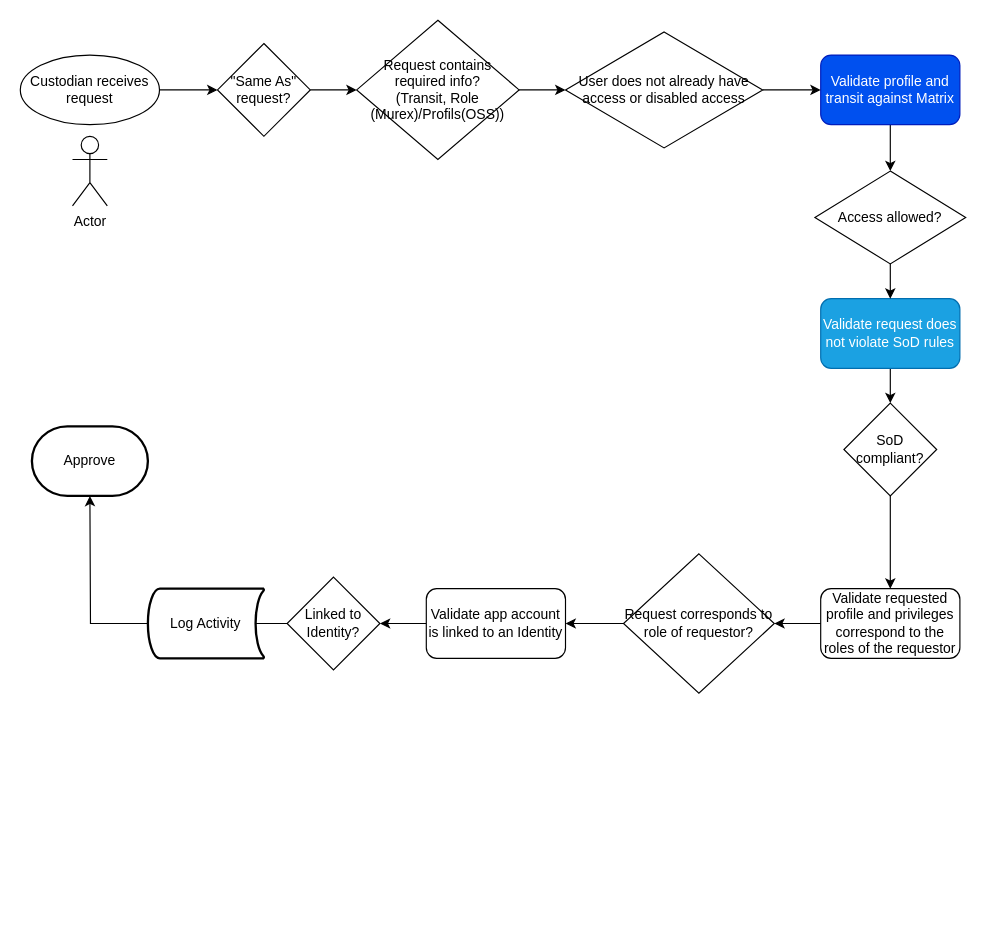
michaelbarbara/ai-agents-for-beginners keeps this draw.io diagram as page "Page-1" (1 of 3) of CustodianWorkflow.drawio. Above is the earlier version. Source tidied: cells renumbered, new cells numbered last; positions are measured from the earlier drawing's top-left corner, leaving out a move shared by most shapes. Both pictures are drawn from the tidied source at 116%, with x=0, y=0 at pixel (20, 20).
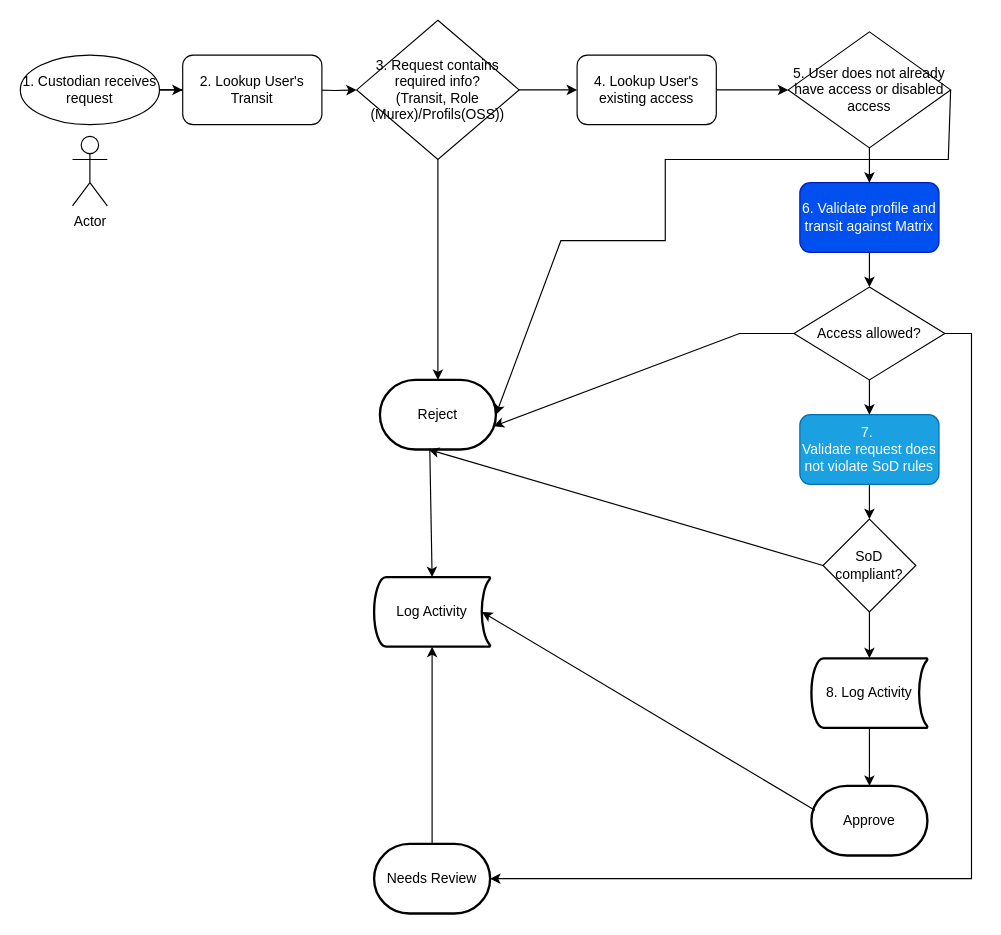
The same page after the edit.

The edit, as a diff of the source:
```diff
@@
-    <mxCell id="4" value="Validate profile and transit against Matrix" style="rounded=1;whiteSpace=wrap;html=1;fillColor=#0050ef;fontColor=#ffffff;strokeColor=#001DBC;" parent="1" vertex="1">
-      <mxGeometry x="690" y="30" width="120" height="60" as="geometry" />
+    <mxCell id="4" value="6. Validate profile and transit against Matrix" style="rounded=1;whiteSpace=wrap;html=1;fillColor=#0050ef;fontColor=#ffffff;strokeColor=#001DBC;" parent="1" vertex="1">
+      <mxGeometry x="672" y="140" width="120" height="60" as="geometry" />
     </mxCell>
@@
-    <mxCell id="6" value="&lt;div&gt;Validate request does not violate SoD rules&lt;/div&gt;" style="rounded=1;whiteSpace=wrap;html=1;fillColor=#1ba1e2;fontColor=#ffffff;strokeColor=#006EAF;" parent="1" vertex="1">
-      <mxGeometry x="690" y="240" width="120" height="60" as="geometry" />
+    <mxCell id="6" value="7.&amp;nbsp;&lt;div&gt;Validate request does not violate SoD rules&lt;/div&gt;" style="rounded=1;whiteSpace=wrap;html=1;fillColor=#1ba1e2;fontColor=#ffffff;strokeColor=#006EAF;" parent="1" vertex="1">
+      <mxGeometry x="672" y="340" width="120" height="60" as="geometry" />
     </mxCell>
-    <mxCell id="7" style="edgeStyle=orthogonalEdgeStyle;rounded=0;jettySize=auto;html=1;" parent="1" edge="1" source="24" target="10">
-      <mxGeometry relative="1" as="geometry" />
-    </mxCell>
-    <mxCell id="8" value="Validate requested profile and privileges correspond to the roles of the requestor" style="rounded=1;whiteSpace=wrap;html=1;" parent="1" vertex="1">
-      <mxGeometry x="690" y="490" width="120" height="60" as="geometry" />
-    </mxCell>
-    <mxCell id="9" style="edgeStyle=orthogonalEdgeStyle;rounded=0;jettySize=auto;html=1;" parent="1" edge="1" source="10" target="26">
-      <mxGeometry relative="1" as="geometry" />
-    </mxCell>
-    <mxCell id="10" value="Validate app account is linked to an Identity" style="rounded=1;whiteSpace=wrap;html=1;" parent="1" vertex="1">
-      <mxGeometry x="350" y="490" width="120" height="60" as="geometry" />
-    </mxCell>
+    <mxCell id="29" style="edgeStyle=orthogonalEdgeStyle;rounded=0;jettySize=auto;html=1;" parent="1" edge="1" source="11" target="35">
+      <mxGeometry relative="1" as="geometry" />
+    </mxCell>
-    <mxCell id="11" value="Custodian receives request" style="ellipse;whiteSpace=wrap;html=1;" parent="1" vertex="1">
+    <mxCell id="11" value="1. Custodian receives request" style="ellipse;whiteSpace=wrap;html=1;" parent="1" vertex="1">
       <mxGeometry y="30" width="120" height="60" as="geometry" />
     </mxCell>
-    <mxCell id="12" style="edgeStyle=orthogonalEdgeStyle;rounded=0;jettySize=auto;html=1;" parent="1" edge="1" source="13" target="15">
-      <mxGeometry relative="1" as="geometry" />
+    <mxCell id="12" style="edgeStyle=orthogonalEdgeStyle;rounded=0;jettySize=auto;html=1;" parent="1" edge="1" target="15">
+      <mxGeometry relative="1" as="geometry">
+        <mxPoint x="250" y="60" as="sourcePoint" />
+      </mxGeometry>
     </mxCell>
-    <mxCell id="13" value="&lt;div&gt;&quot;Same As&quot;&lt;/div&gt;&lt;div&gt;request?&lt;/div&gt;" style="rhombus;whiteSpace=wrap;html=1;" parent="1" vertex="1">
-      <mxGeometry x="170" y="20" width="80" height="80" as="geometry" />
-    </mxCell>
-    <mxCell id="14" style="edgeStyle=orthogonalEdgeStyle;rounded=0;jettySize=auto;html=1;" parent="1" edge="1" source="15" target="17">
+    <mxCell id="14" style="edgeStyle=orthogonalEdgeStyle;rounded=0;jettySize=auto;html=1;" parent="1" edge="1" source="37" target="17">
       <mxGeometry relative="1" as="geometry" />
     </mxCell>
-    <mxCell id="15" value="&lt;div&gt;Request contains required info?&lt;/div&gt;&lt;div&gt;(Transit, Role (Murex)/Profils(OSS))&lt;/div&gt;" style="rhombus;whiteSpace=wrap;html=1;" parent="1" vertex="1">
+    <mxCell id="15" value="&lt;div&gt;3. Request contains required info?&lt;/div&gt;&lt;div&gt;(Transit, Role (Murex)/Profils(OSS))&lt;/div&gt;" style="rhombus;whiteSpace=wrap;html=1;" parent="1" vertex="1">
       <mxGeometry x="290" width="140" height="120" as="geometry" />
     </mxCell>
@@
-    <mxCell id="17" value="&lt;div&gt;User does not already have access or disabled access&lt;/div&gt;" style="rhombus;whiteSpace=wrap;html=1;" parent="1" vertex="1">
-      <mxGeometry x="470" y="10" width="170" height="100" as="geometry" />
+    <mxCell id="17" value="&lt;div&gt;5. User does not already have access or disabled access&lt;/div&gt;" style="rhombus;whiteSpace=wrap;html=1;" parent="1" vertex="1">
+      <mxGeometry x="662" y="10" width="140" height="100" as="geometry" />
     </mxCell>
@@
     <mxCell id="19" value="Access allowed?" style="rhombus;whiteSpace=wrap;html=1;" parent="1" vertex="1">
-      <mxGeometry x="685" y="130" width="130" height="80" as="geometry" />
+      <mxGeometry x="667" y="230" width="130" height="80" as="geometry" />
     </mxCell>
-    <mxCell id="20" style="edgeStyle=orthogonalEdgeStyle;rounded=0;jettySize=auto;html=1;" parent="1" edge="1" source="21" target="8">
-      <mxGeometry relative="1" as="geometry" />
-    </mxCell>
+    <mxCell id="30" style="edgeStyle=orthogonalEdgeStyle;rounded=0;jettySize=auto;html=1;" parent="1" edge="1" source="21" target="27">
+      <mxGeometry relative="1" as="geometry">
+        <Array as="points">
+          <mxPoint x="732" y="590" />
+        </Array>
+      </mxGeometry>
+    </mxCell>
     <mxCell id="21" value="SoD compliant?" style="rhombus;whiteSpace=wrap;html=1;" parent="1" vertex="1">
-      <mxGeometry x="710" y="330" width="80" height="80" as="geometry" />
+      <mxGeometry x="692" y="430" width="80" height="80" as="geometry" />
     </mxCell>
@@
-    <mxCell id="23" style="edgeStyle=orthogonalEdgeStyle;rounded=0;jettySize=auto;html=1;" parent="1" edge="1" source="8" target="24">
-      <mxGeometry relative="1" as="geometry" />
-    </mxCell>
-    <mxCell id="24" value="Request corresponds to role of requestor?" style="rhombus;whiteSpace=wrap;html=1;" parent="1" vertex="1">
-      <mxGeometry x="520" y="460" width="130" height="120" as="geometry" />
-    </mxCell>
-    <mxCell id="25" style="edgeStyle=orthogonalEdgeStyle;rounded=0;jettySize=auto;html=1;" parent="1" edge="1" source="26">
-      <mxGeometry relative="1" as="geometry">
-        <mxPoint x="60" y="410" as="targetPoint" />
-      </mxGeometry>
-    </mxCell>
-    <mxCell id="26" value="Linked to Identity?" style="rhombus;whiteSpace=wrap;html=1;" parent="1" vertex="1">
-      <mxGeometry x="230" y="480" width="80" height="80" as="geometry" />
-    </mxCell>
+    <mxCell id="31" style="edgeStyle=orthogonalEdgeStyle;rounded=0;jettySize=auto;html=1;" parent="1" edge="1" source="27" target="28">
+      <mxGeometry relative="1" as="geometry" />
+    </mxCell>
-    <mxCell id="27" value="Log Activity" style="strokeWidth=2;html=1;shape=mxgraph.flowchart.stored_data;whiteSpace=wrap;" parent="1" vertex="1">
-      <mxGeometry x="110" y="490" width="100" height="60" as="geometry" />
+    <mxCell id="27" value="8. Log Activity" style="strokeWidth=2;html=1;shape=mxgraph.flowchart.stored_data;whiteSpace=wrap;" parent="1" vertex="1">
+      <mxGeometry x="682" y="550" width="100" height="60" as="geometry" />
     </mxCell>
     <mxCell id="28" value="Approve" style="strokeWidth=2;html=1;shape=mxgraph.flowchart.terminator;whiteSpace=wrap;" parent="1" vertex="1">
-      <mxGeometry x="10" y="350" width="100" height="60" as="geometry" />
+      <mxGeometry x="682" y="660" width="100" height="60" as="geometry" />
     </mxCell>
+    <mxCell id="32" value="Log Activity" style="strokeWidth=2;html=1;shape=mxgraph.flowchart.stored_data;whiteSpace=wrap;" parent="1" vertex="1">
+      <mxGeometry x="305" y="480" width="100" height="60" as="geometry" />
+    </mxCell>
+    <mxCell id="33" style="endArrow=classic;html=1;rounded=0;exitX=1;exitY=0.5;exitDx=0;exitDy=0;entryX=1;entryY=0.5;entryDx=0;entryDy=0;entryPerimeter=0;" parent="1" edge="1" source="17" target="40">
+      <mxGeometry relative="1" as="geometry">
+        <Array as="points">
+          <mxPoint x="800" y="120" />
+          <mxPoint x="556" y="120" />
+          <mxPoint x="556" y="190" />
+          <mxPoint x="466" y="190" />
+        </Array>
+      </mxGeometry>
+    </mxCell>
+    <mxCell id="34" style="endArrow=classic;html=1;rounded=0;exitX=0;exitY=0.5;exitDx=0;exitDy=0;entryX=0.98;entryY=0.667;entryDx=0;entryDy=0;entryPerimeter=0;" parent="1" edge="1" source="19" target="40">
+      <mxGeometry relative="1" as="geometry">
+        <Array as="points">
+          <mxPoint x="620" y="270" />
+        </Array>
+      </mxGeometry>
+    </mxCell>
+    <mxCell id="35" value="2. Lookup User's Transit" style="rounded=1;whiteSpace=wrap;html=1;" parent="1" vertex="1">
+      <mxGeometry x="140" y="30" width="120" height="60" as="geometry" />
+    </mxCell>
+    <mxCell id="36" style="edgeStyle=orthogonalEdgeStyle;rounded=0;jettySize=auto;html=1;" parent="1" edge="1" source="15" target="37">
+      <mxGeometry relative="1" as="geometry" />
+    </mxCell>
+    <mxCell id="37" value="4. Lookup User's existing access" style="rounded=1;whiteSpace=wrap;html=1;" parent="1" vertex="1">
+      <mxGeometry x="480" y="30" width="120" height="60" as="geometry" />
+    </mxCell>
+    <mxCell id="38" value="Needs Review" style="strokeWidth=2;html=1;shape=mxgraph.flowchart.terminator;whiteSpace=wrap;" parent="1" vertex="1">
+      <mxGeometry x="305" y="710" width="100" height="60" as="geometry" />
+    </mxCell>
+    <mxCell id="39" style="endArrow=classic;html=1;rounded=0;exitX=1;exitY=0.5;exitDx=0;exitDy=0;entryX=1;entryY=0.5;entryDx=0;entryDy=0;entryPerimeter=0;" parent="1" edge="1" source="19" target="38">
+      <mxGeometry relative="1" as="geometry">
+        <Array as="points">
+          <mxPoint x="820" y="270" />
+          <mxPoint x="820" y="740" />
+        </Array>
+      </mxGeometry>
+    </mxCell>
+    <mxCell id="40" value="&lt;div&gt;Reject&lt;/div&gt;" style="strokeWidth=2;html=1;shape=mxgraph.flowchart.terminator;whiteSpace=wrap;" parent="1" vertex="1">
+      <mxGeometry x="310" y="310" width="100" height="60" as="geometry" />
+    </mxCell>
+    <mxCell id="41" style="endArrow=classic;html=1;rounded=0;exitX=0.5;exitY=1;exitDx=0;exitDy=0;" parent="1" edge="1" source="15" target="40">
+      <mxGeometry relative="1" as="geometry" />
+    </mxCell>
+    <mxCell id="42" style="endArrow=classic;html=1;rounded=0;exitX=0;exitY=0.5;exitDx=0;exitDy=0;entryX=0.42;entryY=1;entryDx=0;entryDy=0;entryPerimeter=0;" parent="1" edge="1" source="21" target="40">
+      <mxGeometry relative="1" as="geometry" />
+    </mxCell>
+    <mxCell id="43" style="endArrow=classic;html=1;rounded=0;exitX=0.43;exitY=0.983;exitDx=0;exitDy=0;exitPerimeter=0;entryX=0.5;entryY=0;entryDx=0;entryDy=0;entryPerimeter=0;" parent="1" edge="1" source="40" target="32">
+      <mxGeometry relative="1" as="geometry" />
+    </mxCell>
+    <mxCell id="44" style="endArrow=classic;html=1;rounded=0;exitX=0.5;exitY=0;exitDx=0;exitDy=0;exitPerimeter=0;entryX=0.5;entryY=1;entryDx=0;entryDy=0;entryPerimeter=0;" parent="1" edge="1" source="38" target="32">
+      <mxGeometry relative="1" as="geometry" />
+    </mxCell>
+    <mxCell id="45" style="endArrow=classic;html=1;rounded=0;exitX=0.03;exitY=0.35;exitDx=0;exitDy=0;exitPerimeter=0;entryX=0.93;entryY=0.5;entryDx=0;entryDy=0;entryPerimeter=0;" parent="1" edge="1" source="28" target="32">
+      <mxGeometry relative="1" as="geometry" />
+    </mxCell>
```
